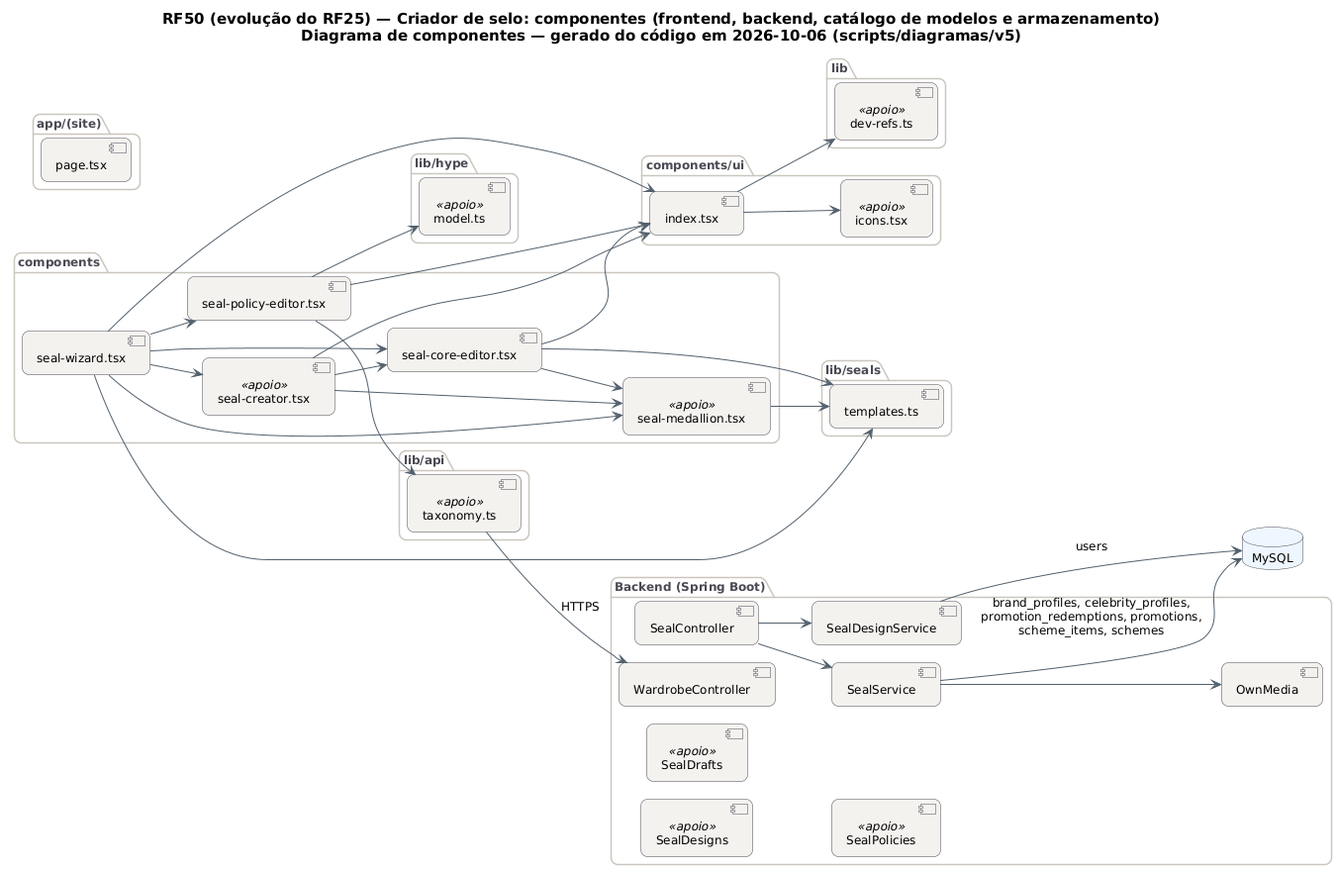
Earlier version of the PlantUML export docs/diagramas/RF50/criador-de-selos/RF50_Componentes.png (MatheusHaliski/tcc-2026-fashion-ai-backend).
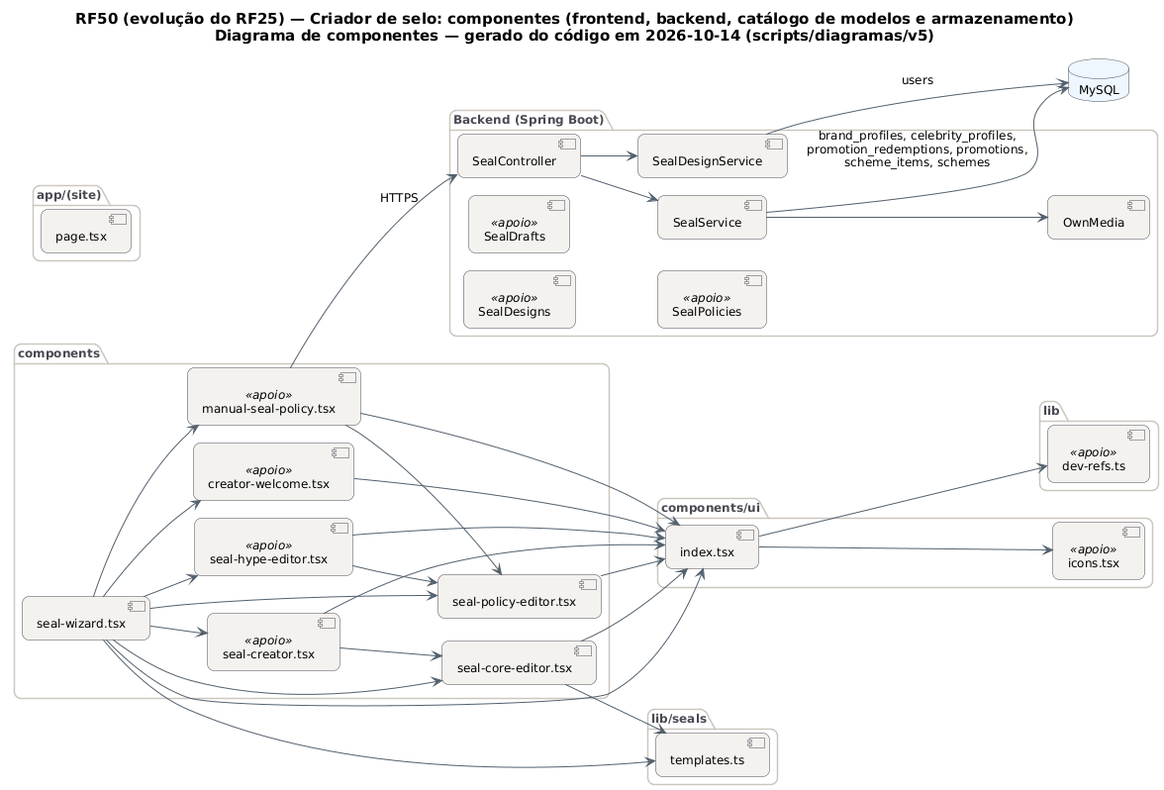
The same file after the commit.

What changed in the source:
```diff
@@ -29,7 +29,7 @@
   BorderColor #4A4852
 }
 left to right direction
-title RF50 (evolução do RF25) — Criador de selo: componentes (frontend, backend, catálogo de modelos e armazenamento)\nDiagrama de componentes — gerado do código em 2026-10-06 (scripts/diagramas/v5)
+title RF50 (evolução do RF25) — Criador de selo: componentes (frontend, backend, catálogo de modelos e armazenamento)\nDiagrama de componentes — gerado do código em 2026-10-14 (scripts/diagramas/v5)
 
 package "app/(site)" {
   component "page.tsx" as m_app__site__page_tsx
@@ -45,21 +45,16 @@
   component "seal-wizard.tsx" as m_components_seal_wizard_tsx
   component "seal-policy-editor.tsx" as m_components_seal_policy_editor_tsx
   component "seal-core-editor.tsx" as m_components_seal_core_editor_tsx
+  component "creator-welcome.tsx" as m_components_creator_welcome_tsx <<apoio>>
+  component "manual-seal-policy.tsx" as m_components_manual_seal_policy_tsx <<apoio>>
   component "seal-creator.tsx" as m_components_seal_creator_tsx <<apoio>>
-  component "seal-medallion.tsx" as m_components_seal_medallion_tsx <<apoio>>
+  component "seal-hype-editor.tsx" as m_components_seal_hype_editor_tsx <<apoio>>
 }
 package "lib" {
   component "dev-refs.ts" as m_lib_dev_refs_ts <<apoio>>
 }
-package "lib/api" {
-  component "taxonomy.ts" as m_lib_api_taxonomy_ts <<apoio>>
-}
-package "lib/hype" {
-  component "model.ts" as m_lib_hype_model_ts <<apoio>>
-}
 package "Backend (Spring Boot)" {
   component "SealController" as SealController
-  component "WardrobeController" as WardrobeController
   component "SealDesigns" as SealDesigns <<apoio>>
   component "SealDrafts" as SealDrafts <<apoio>>
   component "OwnMedia" as OwnMedia
@@ -73,23 +68,25 @@
 SealDesignService --> DB_MySQL : users
 SealService --> DB_MySQL : brand_profiles, celebrity_profiles,\npromotion_redemptions, promotions,\nscheme_items, schemes
 SealService --> OwnMedia
-m_components_seal_core_editor_tsx --> m_components_seal_medallion_tsx
+m_components_creator_welcome_tsx --> m_components_ui_index_tsx
+m_components_manual_seal_policy_tsx --> SealController : HTTPS
+m_components_manual_seal_policy_tsx --> m_components_seal_policy_editor_tsx
+m_components_manual_seal_policy_tsx --> m_components_ui_index_tsx
 m_components_seal_core_editor_tsx --> m_components_ui_index_tsx
 m_components_seal_core_editor_tsx --> m_lib_seals_templates_ts
 m_components_seal_creator_tsx --> m_components_seal_core_editor_tsx
-m_components_seal_creator_tsx --> m_components_seal_medallion_tsx
 m_components_seal_creator_tsx --> m_components_ui_index_tsx
-m_components_seal_medallion_tsx --> m_lib_seals_templates_ts
+m_components_seal_hype_editor_tsx --> m_components_seal_policy_editor_tsx
+m_components_seal_hype_editor_tsx --> m_components_ui_index_tsx
 m_components_seal_policy_editor_tsx --> m_components_ui_index_tsx
-m_components_seal_policy_editor_tsx --> m_lib_api_taxonomy_ts
-m_components_seal_policy_editor_tsx --> m_lib_hype_model_ts
+m_components_seal_wizard_tsx --> m_components_creator_welcome_tsx
+m_components_seal_wizard_tsx --> m_components_manual_seal_policy_tsx
 m_components_seal_wizard_tsx --> m_components_seal_core_editor_tsx
 m_components_seal_wizard_tsx --> m_components_seal_creator_tsx
-m_components_seal_wizard_tsx --> m_components_seal_medallion_tsx
+m_components_seal_wizard_tsx --> m_components_seal_hype_editor_tsx
 m_components_seal_wizard_tsx --> m_components_seal_policy_editor_tsx
 m_components_seal_wizard_tsx --> m_components_ui_index_tsx
 m_components_seal_wizard_tsx --> m_lib_seals_templates_ts
 m_components_ui_index_tsx --> m_components_ui_icons_tsx
 m_components_ui_index_tsx --> m_lib_dev_refs_ts
-m_lib_api_taxonomy_ts --> WardrobeController : HTTPS
 @enduml
```
